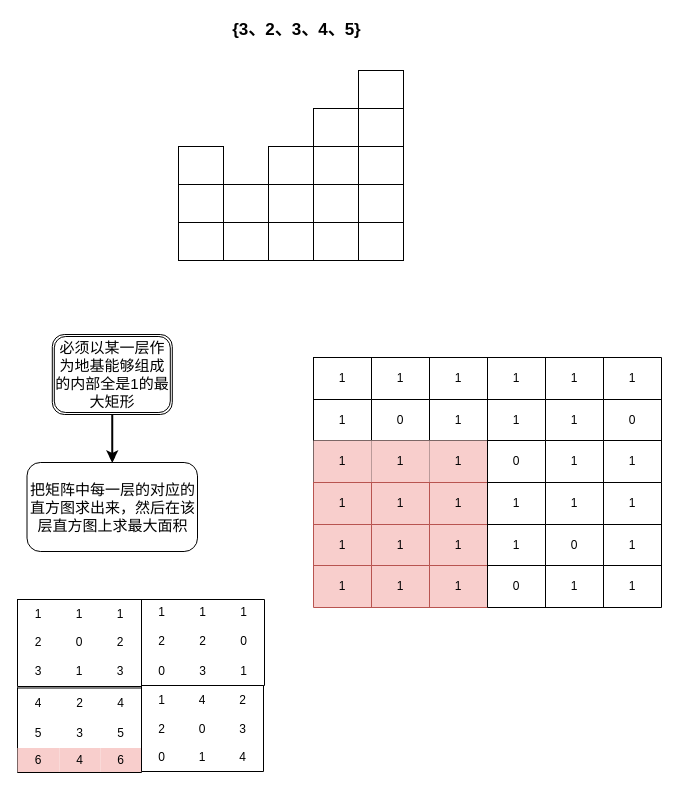
Before: 单调栈.drawio in xiaochen8848/algorithm_practice, a draw.io diagram. Source tidied: cells renumbered, new cells numbered last; positions are measured from the earlier drawing's top-left corner, leaving out a move shared by most shapes. Both pictures are drawn from the tidied source at 100%, with x=0, y=0 at pixel (17, 17).
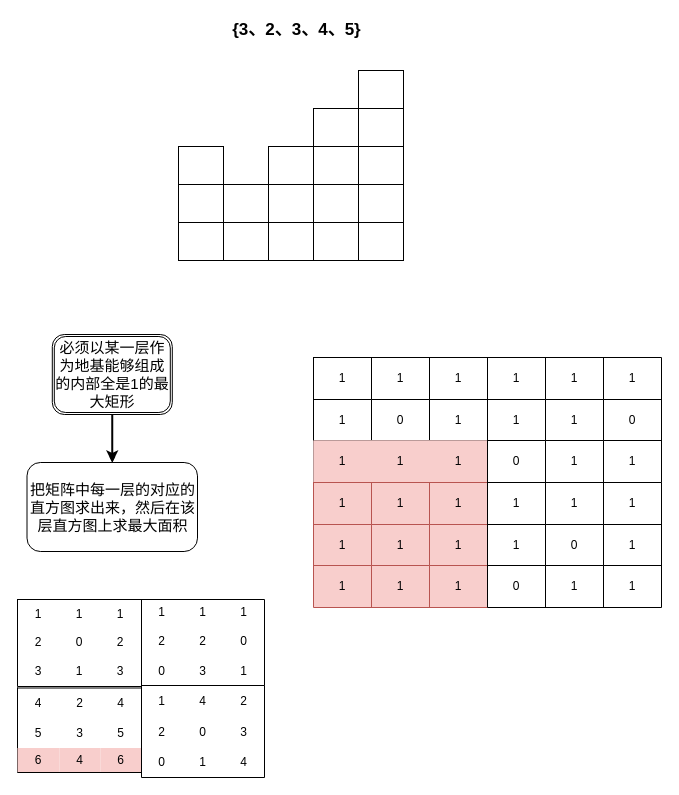
Above is the later version.

Commit message:
更新单调栈.drawio

The change refers to these unchanged cells:
```xml
<mxCell id="23" style="shape=table;html=1;whiteSpace=wrap;startSize=0;childLayout=tableLayout;" parent="1" vertex="1">
  <mxGeometry x="296" y="340" width="174" height="125" as="geometry" />
</mxCell>
```

The edit, as a diff of the source:
```diff
@@
-    <mxCell id="32" style="shape=tableRow;horizontal=0;startSize=0;swimlaneHead=0;swimlaneBody=0;top=0;left=0;bottom=0;right=0;fillColor=none;" parent="23" vertex="1">
+    <mxCell id="32" style="shape=tableRow;horizontal=0;startSize=0;swimlaneHead=0;swimlaneBody=0;top=0;left=0;bottom=0;right=0;fillColor=#f8cecc;strokeColor=#b85450;" parent="23" vertex="1">
       <mxGeometry y="83" width="174" height="42" as="geometry" />
     </mxCell>
-    <mxCell id="33" value="1" style="shape=partialRectangle;html=1;whiteSpace=wrap;fillColor=#f8cecc;top=0;left=0;bottom=0;right=0;overflow=hidden;strokeColor=#b85450;" parent="32" vertex="1">
+    <mxCell id="33" value="1" style="shape=partialRectangle;html=1;whiteSpace=wrap;fillColor=#f8cecc;top=0;left=0;bottom=0;right=0;overflow=hidden;strokeColor=#B85450;" parent="32" vertex="1">
       <mxGeometry width="58" height="42" as="geometry" />
     </mxCell>
@@
     <mxCell id="118" style="shape=table;html=1;whiteSpace=wrap;startSize=0;childLayout=tableLayout;columnLines=0;rowLines=0;rounded=0;sketch=0;" parent="1" vertex="1">
-      <mxGeometry x="124" y="668" width="122" height="86" as="geometry" />
+      <mxGeometry x="124" y="668" width="123" height="92" as="geometry" />
     </mxCell>
     <mxCell id="119" style="shape=tableRow;horizontal=0;startSize=0;swimlaneHead=0;swimlaneBody=0;top=0;left=0;bottom=0;right=0;fillColor=none;rounded=0;sketch=0;" parent="118" vertex="1">
-      <mxGeometry width="122" height="29" as="geometry" />
+      <mxGeometry width="123" height="31" as="geometry" />
     </mxCell>
     <mxCell id="120" value="1" style="shape=partialRectangle;html=1;whiteSpace=wrap;fillColor=none;top=0;left=0;bottom=0;right=0;overflow=hidden;fontSize=12;rounded=0;sketch=0;" parent="119" vertex="1">
-      <mxGeometry width="41" height="29" as="geometry" />
+      <mxGeometry width="41" height="31" as="geometry" />
     </mxCell>
     <mxCell id="121" value="4" style="shape=partialRectangle;html=1;whiteSpace=wrap;fillColor=none;top=0;left=0;bottom=0;right=0;overflow=hidden;fontSize=12;rounded=0;sketch=0;" parent="119" vertex="1">
-      <mxGeometry x="41" width="40" height="29" as="geometry" />
+      <mxGeometry x="41" width="41" height="31" as="geometry" />
     </mxCell>
     <mxCell id="122" value="2" style="shape=partialRectangle;html=1;whiteSpace=wrap;fillColor=none;top=0;left=0;bottom=0;right=0;overflow=hidden;fontSize=12;rounded=0;sketch=0;" parent="119" vertex="1">
-      <mxGeometry x="81" width="41" height="29" as="geometry" />
+      <mxGeometry x="82" width="41" height="31" as="geometry" />
     </mxCell>
     <mxCell id="123" style="shape=tableRow;horizontal=0;startSize=0;swimlaneHead=0;swimlaneBody=0;top=0;left=0;bottom=0;right=0;fillColor=none;rounded=0;sketch=0;" parent="118" vertex="1">
-      <mxGeometry y="29" width="122" height="29" as="geometry" />
+      <mxGeometry y="31" width="123" height="31" as="geometry" />
     </mxCell>
     <mxCell id="124" value="2" style="shape=partialRectangle;html=1;whiteSpace=wrap;fillColor=none;top=0;left=0;bottom=0;right=0;overflow=hidden;fontSize=12;rounded=0;sketch=0;" parent="123" vertex="1">
-      <mxGeometry width="41" height="29" as="geometry" />
+      <mxGeometry width="41" height="31" as="geometry" />
     </mxCell>
     <mxCell id="125" value="0" style="shape=partialRectangle;html=1;whiteSpace=wrap;fillColor=none;top=0;left=0;bottom=0;right=0;overflow=hidden;fontSize=12;rounded=0;sketch=0;" parent="123" vertex="1">
-      <mxGeometry x="41" width="40" height="29" as="geometry" />
+      <mxGeometry x="41" width="41" height="31" as="geometry" />
     </mxCell>
     <mxCell id="126" value="3" style="shape=partialRectangle;html=1;whiteSpace=wrap;fillColor=none;top=0;left=0;bottom=0;right=0;overflow=hidden;fontSize=12;rounded=0;sketch=0;" parent="123" vertex="1">
-      <mxGeometry x="81" width="41" height="29" as="geometry" />
+      <mxGeometry x="82" width="41" height="31" as="geometry" />
     </mxCell>
     <mxCell id="127" style="shape=tableRow;horizontal=0;startSize=0;swimlaneHead=0;swimlaneBody=0;top=0;left=0;bottom=0;right=0;fillColor=none;rounded=0;sketch=0;" parent="118" vertex="1">
-      <mxGeometry y="58" width="122" height="28" as="geometry" />
+      <mxGeometry y="62" width="123" height="30" as="geometry" />
     </mxCell>
     <mxCell id="128" value="0" style="shape=partialRectangle;html=1;whiteSpace=wrap;fillColor=none;top=0;left=0;bottom=0;right=0;overflow=hidden;fontSize=12;rounded=0;sketch=0;" parent="127" vertex="1">
-      <mxGeometry width="41" height="28" as="geometry" />
+      <mxGeometry width="41" height="30" as="geometry" />
     </mxCell>
     <mxCell id="129" value="1" style="shape=partialRectangle;html=1;whiteSpace=wrap;fillColor=none;top=0;left=0;bottom=0;right=0;overflow=hidden;fontSize=12;rounded=0;sketch=0;" parent="127" vertex="1">
-      <mxGeometry x="41" width="40" height="28" as="geometry" />
+      <mxGeometry x="41" width="41" height="30" as="geometry" />
     </mxCell>
     <mxCell id="130" value="4" style="shape=partialRectangle;html=1;whiteSpace=wrap;fillColor=none;top=0;left=0;bottom=0;right=0;overflow=hidden;fontSize=12;rounded=0;sketch=0;" parent="127" vertex="1">
-      <mxGeometry x="81" width="41" height="28" as="geometry" />
+      <mxGeometry x="82" width="41" height="30" as="geometry" />
     </mxCell>
```
